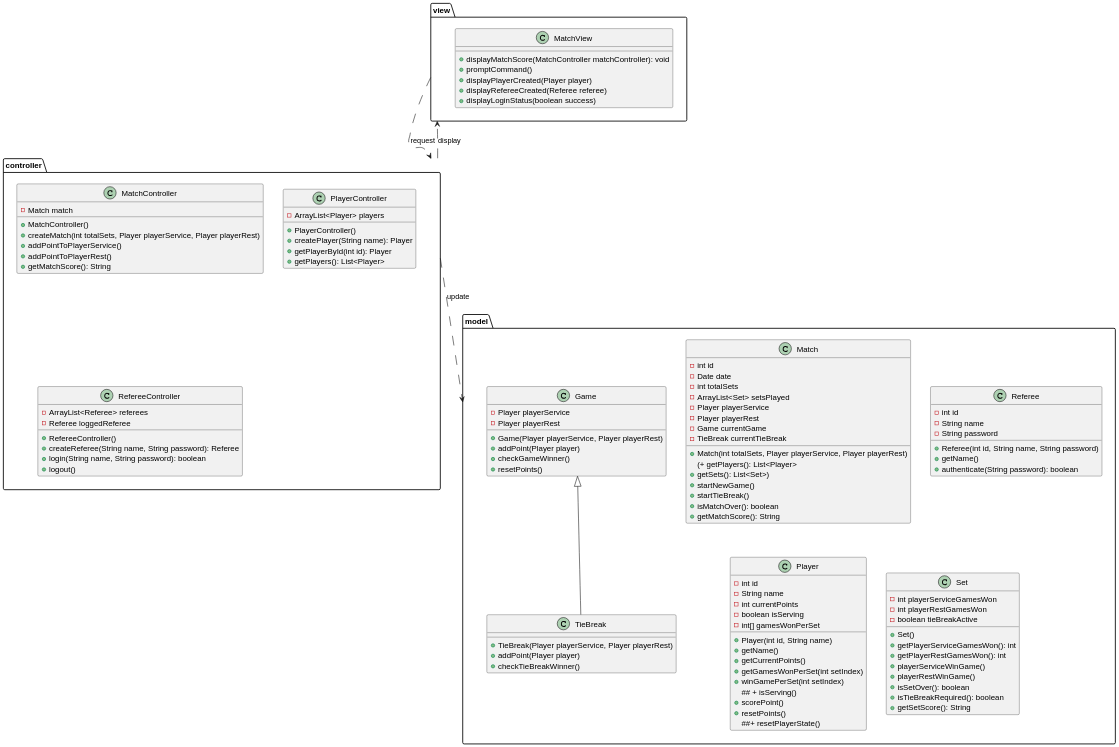
Earlier version of the PlantUML export docs/diagrams/MVC.svg (rafaelacirino/IWVG).
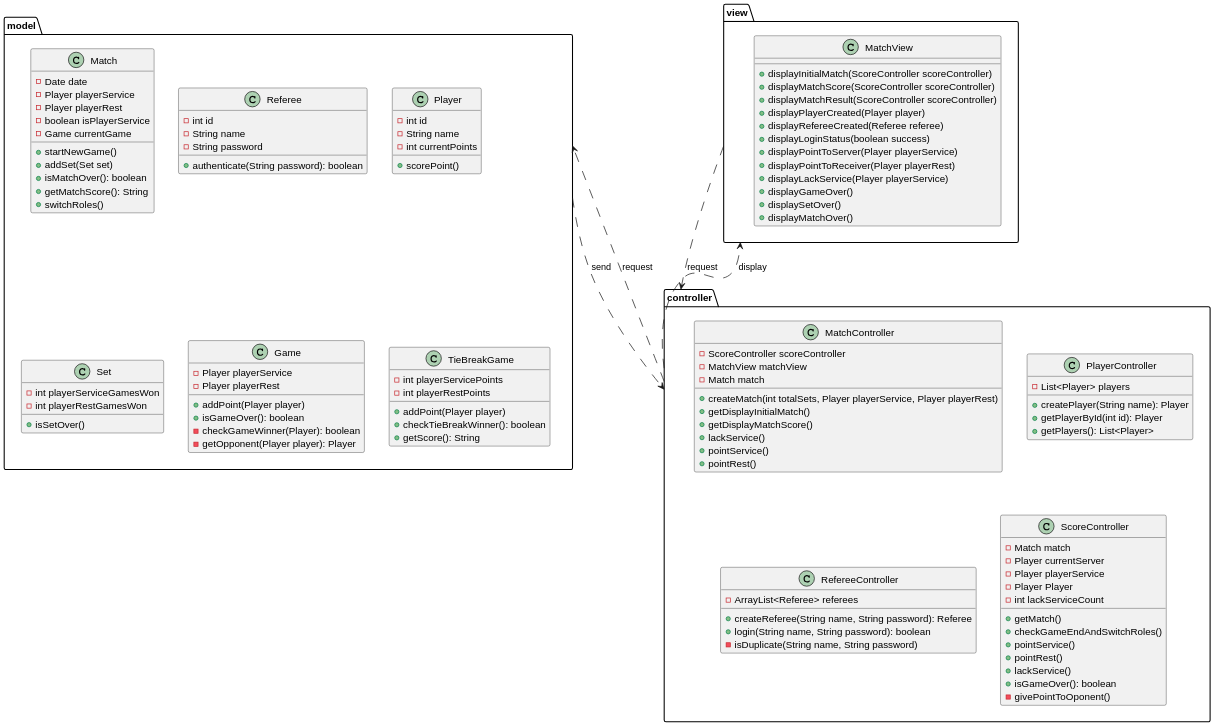
Above is the later version.

Diff of the diagram source:
```diff
@@ -2,128 +2,130 @@
 package "model" {
 
     class Match {
-        - int id
-        - Date date
-        - int totalSets
-        - ArrayList<Set> setsPlayed
-        - Player playerService
-        - Player playerRest
-        - Game currentGame
-        - TieBreak currentTieBreak
+    - Date date
+    - Player playerService
+    - Player playerRest
+    - boolean isPlayerService
+    - Game currentGame
 
-        + Match(int totalSets, Player playerService, Player playerRest)
-        (+ getPlayers(): List<Player>
-        + getSets(): List<Set>)
-        + startNewGame()
-        + startTieBreak()
-        + isMatchOver(): boolean
-        + getMatchScore(): String
+    + startNewGame()
+    + addSet(Set set)
+    + isMatchOver(): boolean
+    + getMatchScore(): String
+    + switchRoles()
     }
 
     class Referee {
-        - int id
-        - String name
-        - String password
+    - int id
+    - String name
+    - String password
 
-        + Referee(int id, String name, String password)
-        + getName()
-        + authenticate(String password): boolean
+    + authenticate(String password): boolean
     }
 
     class Player {
-        - int id
-        - String name
-        - int currentPoints
-        - boolean isServing
-        - int[] gamesWonPerSet
+    - int id
+    - String name
+    - int currentPoints
 
-        + Player(int id, String name)
-        + getName()
-        + getCurrentPoints()
-        + getGamesWonPerSet(int setIndex)
-        + winGamePerSet(int setIndex)
-        ## + isServing()
-        + scorePoint()
-        + resetPoints()
-        ##+ resetPlayerState()
+    + scorePoint()
     }
 
     class Set {
-        - int playerServiceGamesWon
-        - int playerRestGamesWon
-        - boolean tieBreakActive
+    - int playerServiceGamesWon
+    - int playerRestGamesWon
 
-        + Set()
-        + getPlayerServiceGamesWon(): int
-        + getPlayerRestGamesWon(): int
-        + playerServiceWinGame()
-        + playerRestWinGame()
-        + isSetOver(): boolean
-        + isTieBreakRequired(): boolean
-        + getSetScore(): String
+    + isSetOver()
     }
 
     class Game {
-        - Player playerService
-        - Player playerRest
+    - Player playerService
+    - Player playerRest
 
-        + Game(Player playerService, Player playerRest)
-        + addPoint(Player player)
-        + checkGameWinner()
-        + resetPoints()
-
+    + addPoint(Player player)
+    + isGameOver(): boolean
+    - checkGameWinner(Player): boolean
+    - getOpponent(Player player): Player
     }
 
-    class TieBreak extends Game{
+    class TieBreakGame {
+    - int playerServicePoints
+    - int playerRestPoints
 
-        + TieBreak(Player playerService, Player playerRest)
-        + addPoint(Player player)
-        + checkTieBreakWinner()
+    + addPoint(Player player)
+    + checkTieBreakWinner(): boolean
+    + getScore(): String
     }
 }
 
 package "view" {
     class MatchView {
-        + displayMatchScore(MatchController matchController): void
-        + promptCommand()
-        + displayPlayerCreated(Player player)
-        + displayRefereeCreated(Referee referee)
-        + displayLoginStatus(boolean success)
+
+    + displayInitialMatch(ScoreController scoreController)
+    + displayMatchScore(ScoreController scoreController)
+    + displayMatchResult(ScoreController scoreController)
+    + displayPlayerCreated(Player player)
+    + displayRefereeCreated(Referee referee)
+    + displayLoginStatus(boolean success)
+    + displayPointToServer(Player playerService)
+    + displayPointToReceiver(Player playerRest)
+    + displayLackService(Player playerService)
+    + displayGameOver()
+    + displaySetOver()
+    + displayMatchOver()
     }
 }
 
 package "controller" {
     class MatchController {
-        - Match match
+    - ScoreController scoreController
+    - MatchView matchView
+    - Match match
 
-        + MatchController()
-        + createMatch(int totalSets, Player playerService, Player playerRest)
-        + addPointToPlayerService()
-        + addPointToPlayerRest()
-        + getMatchScore(): String
+    + createMatch(int totalSets, Player playerService, Player playerRest)
+    + getDisplayInitialMatch()
+    + getDisplayMatchScore()
+    + lackService()
+    + pointService()
+    + pointRest()
     }
 
     class PlayerController {
-        - ArrayList<Player> players
+    - List<Player> players
 
-        + PlayerController()
-        + createPlayer(String name): Player
-        + getPlayerById(int id): Player
-        + getPlayers(): List<Player>
+    + createPlayer(String name): Player
+    + getPlayerById(int id): Player
+    + getPlayers(): List<Player>
     }
 
     class RefereeController {
-        - ArrayList<Referee> referees
-        - Referee loggedReferee
+    - ArrayList<Referee> referees
 
-        + RefereeController()
-        + createReferee(String name, String password): Referee
-        + login(String name, String password): boolean
-        + logout()
+    + createReferee(String name, String password): Referee
+    + login(String name, String password): boolean
+    - isDuplicate(String name, String password)
+    }
+
+    class ScoreController {
+    - Match match
+    - Player currentServer
+    - Player playerService
+    - Player Player
+    - int lackServiceCount
+
+    + getMatch()
+    + checkGameEndAndSwitchRoles()
+    + pointService()
+    + pointRest()
+    + lackService()
+    + isGameOver(): boolean
+    - givePointToOponent()
+
     }
 }
 
-"controller" ..> "model" : update
+"controller" ..> "model" : request
+"controller" ..> "view" : display
 "view" ..> "controller" : request
-"controller" ..> "view" : display
+"model" ..> "controller" : send
 @enduml
```
